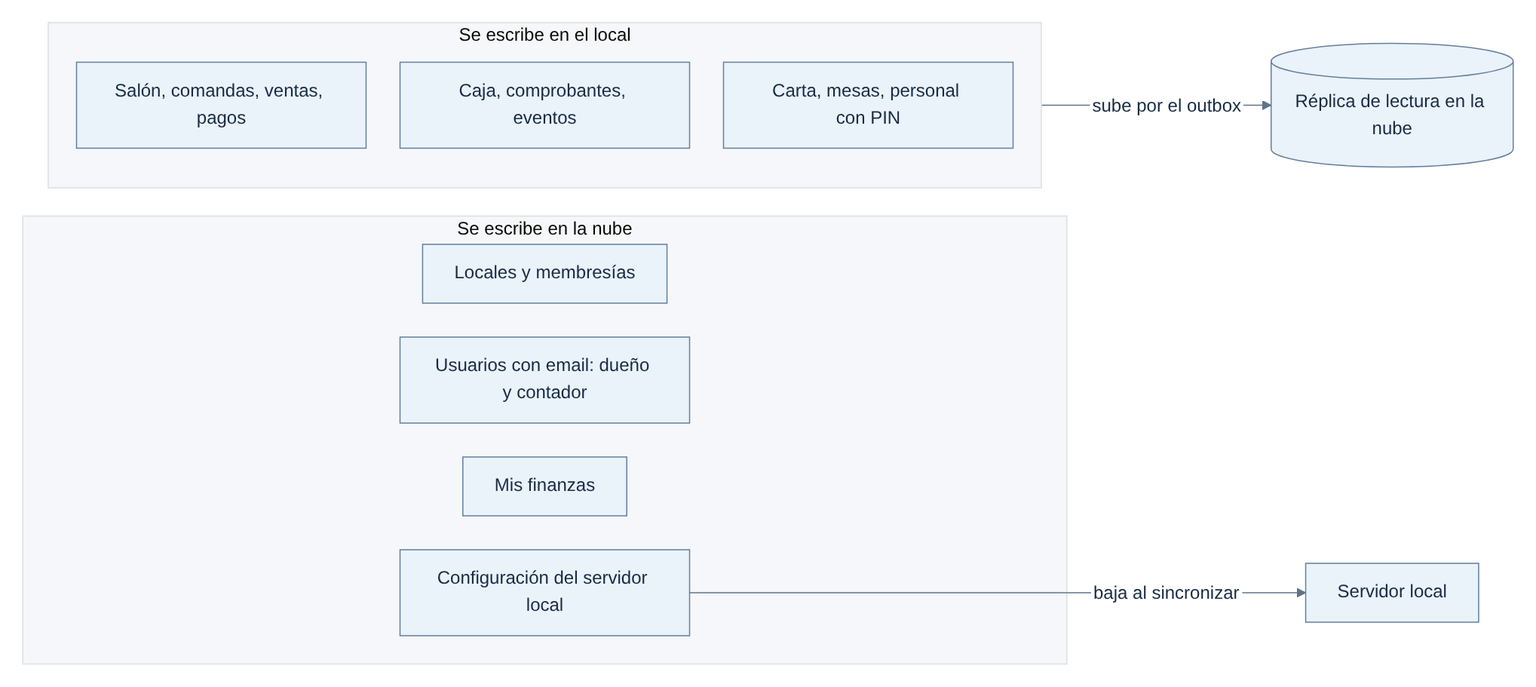
Earlier version of the Mermaid export docs/diagramas/png/DOM-03.png (aleharo2003/floky). Its source is kept beside it as docs/diagramas/fuentes/DOM-03.mmd.
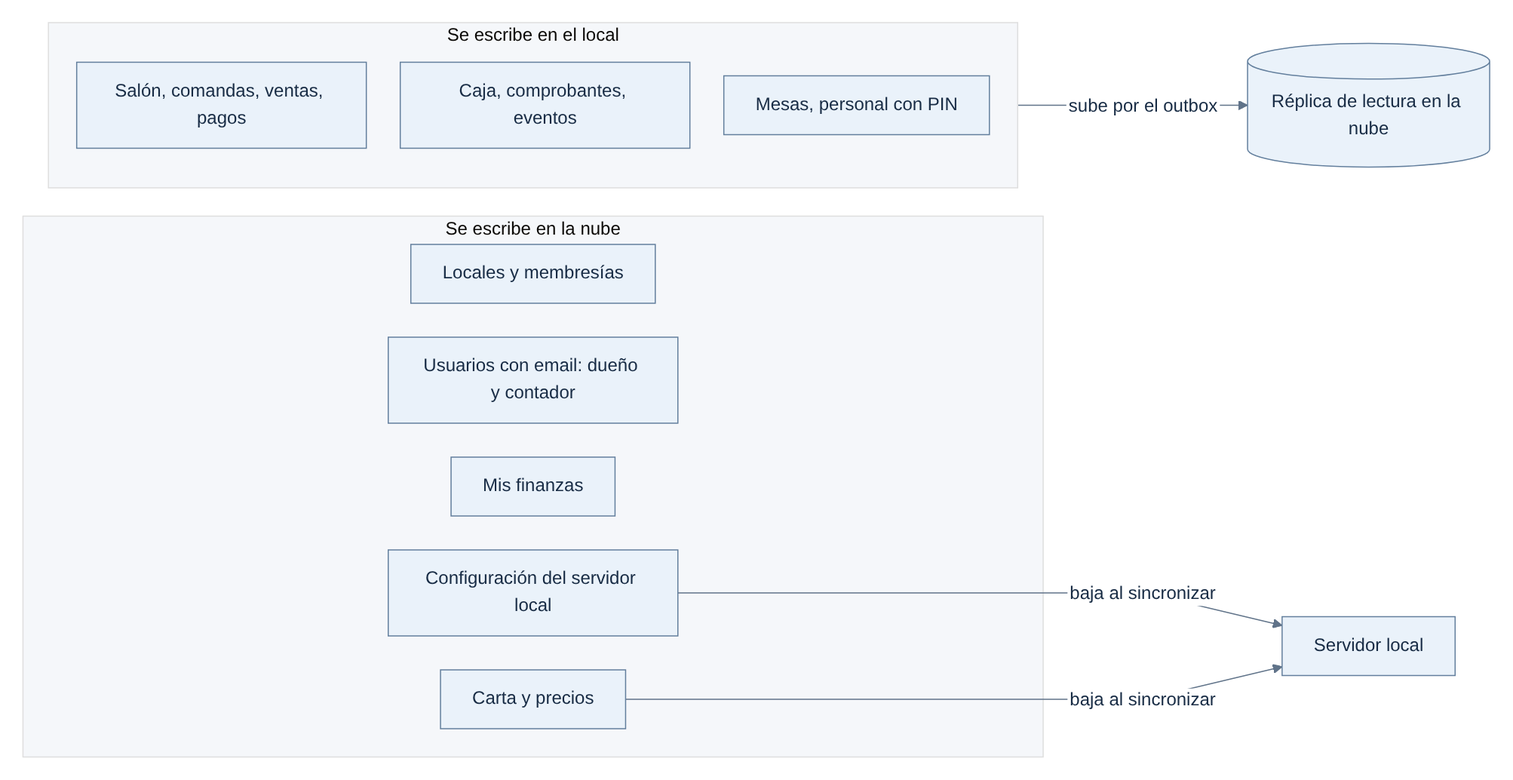
The same file after the commit.

The edit, as a diff of the source:
```diff
@@ -2,13 +2,15 @@
     subgraph EscribeLocal["Se escribe en el local"]
         A1["Salón, comandas, ventas, pagos"]
         A2["Caja, comprobantes, eventos"]
-        A3["Carta, mesas, personal con PIN"]
+        A3["Mesas, personal con PIN"]
     end
     subgraph EscribeNube["Se escribe en la nube"]
         B1["Locales y membresías"]
         B2["Usuarios con email: dueño y contador"]
         B3["Mis finanzas"]
         B4["Configuración del servidor local"]
+        B5["Carta y precios"]
     end
     EscribeLocal -->|"sube por el outbox"| Replica[("Réplica de lectura en la nube")]
     B4 -->|"baja al sincronizar"| ServidorLocal["Servidor local"]
+    B5 -->|"baja al sincronizar"| ServidorLocal
```
